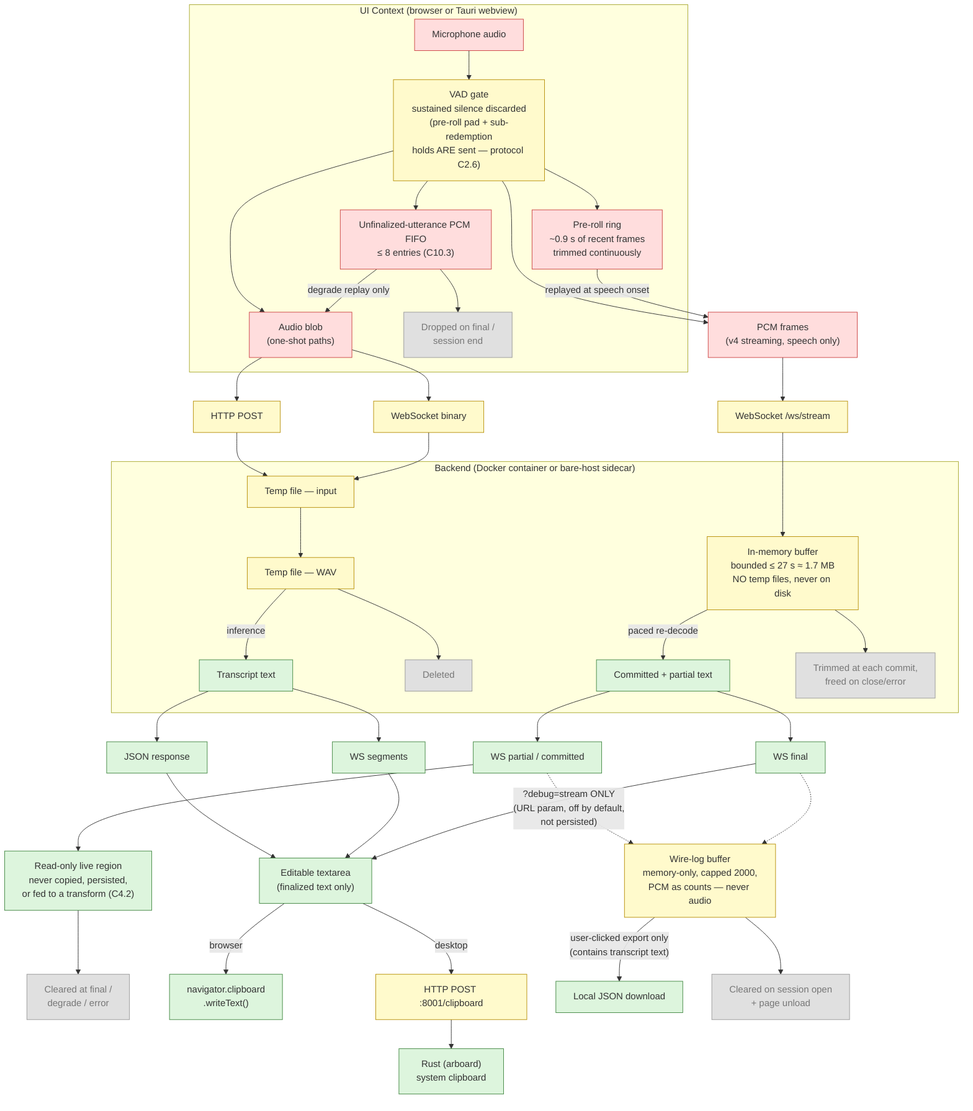
Above: docs/diagrams/privacy-data-flow.png in JohnYanez95/voice-scribe (Mermaid), before the change. Its source is kept beside it as docs/diagrams/privacy-data-flow.mmd. The source it was exported from:
```mermaid
flowchart TD
    subgraph ui ["UI Context (browser or Tauri webview)"]
        mic["Microphone audio"]
        vad["VAD gate<br/>sustained silence discarded<br/>(pre-roll pad + sub-redemption<br/>holds ARE sent — protocol C2.6)"]
        preroll["Pre-roll ring<br/>~0.9 s of recent frames<br/>trimmed continuously"]
        blob["Audio blob<br/>(one-shot paths)"]
        fifo["Unfinalized-utterance PCM FIFO<br/>≤ 8 entries (C10.3)"]
        cdel["Dropped on final /<br/>session end"]
        mic --> vad
        vad --> preroll
        vad --> blob
        vad --> fifo
        fifo --> cdel
        fifo -- "degrade replay only" --> blob
    end

    blob --> http["HTTP POST"]
    blob --> wsIn["WebSocket binary"]
    vad --> frames["PCM frames<br/>(v4 streaming, speech only)"]
    preroll -- "replayed at speech onset" --> frames
    frames --> wsStream["WebSocket /ws/stream"]

    subgraph backend ["Backend (Docker container or bare-host sidecar)"]
        tmp1["Temp file — input"]
        tmp2["Temp file — WAV"]
        txt["Transcript text"]
        del["Deleted"]
        tmp1 --> tmp2
        tmp2 -- inference --> txt
        tmp2 --> del

        ring["In-memory buffer<br/>bounded ≤ 27 s ≈ 1.7 MB<br/>NO temp files, never on disk"]
        stxt["Committed + partial text"]
        rdel["Trimmed at each commit,<br/>freed on close/error"]
        ring -- "paced re-decode" --> stxt
        ring --> rdel
    end

    http --> tmp1
    wsIn --> tmp1
    wsStream --> ring

    txt --> resp["JSON response"]
    txt --> wsOut["WS segments"]
    stxt --> wsLive["WS partial / committed"]
    stxt --> wsFinal["WS final"]

    resp --> area["Editable textarea<br/>(finalized text only)"]
    wsOut --> area
    wsFinal --> area
    wsLive --> live["Read-only live region<br/>never copied, persisted,<br/>or fed to a transform (C4.2)"]
    live --> ldel["Cleared at final /<br/>degrade / error"]

    area -- "browser" --> browserClip["navigator.clipboard<br/>.writeText()"]
    area -- "desktop" --> httpPost["HTTP POST :8001/clipboard"]
    httpPost --> rustClip["Rust (arboard)<br/>system clipboard"]

    wsLive -. "?debug=stream ONLY<br/>(URL param, off by default,<br/>not persisted)" .-> wlog["Wire-log buffer<br/>memory-only, capped 2000,<br/>PCM as counts — never audio"]
    wsFinal -.-> wlog
    wlog -- "user-clicked export only<br/>(contains transcript text)" --> wfile["Local JSON download"]
    wlog --> wclear["Cleared on session open<br/>+ page unload"]

    classDef sensitive fill:#ffdddd,stroke:#cc4444
    classDef ephemeral fill:#fffacc,stroke:#b8900a
    classDef output fill:#ddf5dd,stroke:#448844
    classDef deleted fill:#e0e0e0,stroke:#999999,color:#777777

    class mic,blob,frames,preroll,fifo sensitive
    class vad,http,wsIn,wsStream,tmp1,tmp2,ring,httpPost,wlog ephemeral
    class txt,stxt,resp,wsOut,wsLive,wsFinal,area,live,browserClip,rustClip,wfile output
    class del,rdel,cdel,ldel,wclear deleted
```
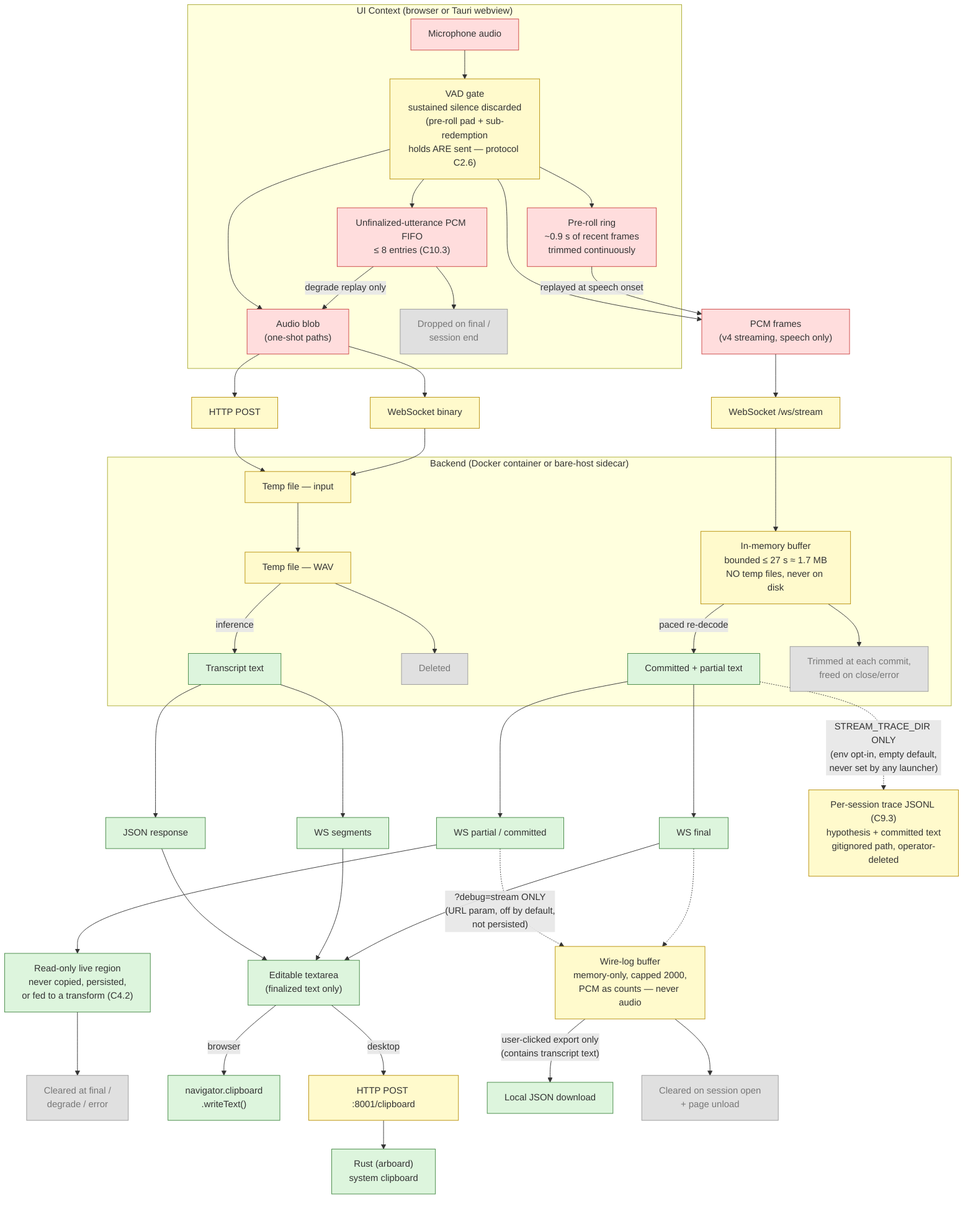
The same diagram one commit later.

Commit message:
feat(api): C9.3 trace instrument + stall-reason counters + offline policy replay

Diff of the diagram source:
```diff
@@ -60,12 +60,14 @@
     wlog -- "user-clicked export only<br/>(contains transcript text)" --> wfile["Local JSON download"]
     wlog --> wclear["Cleared on session open<br/>+ page unload"]
 
+    stxt -. "STREAM_TRACE_DIR ONLY<br/>(env opt-in, empty default,<br/>never set by any launcher)" .-> strace["Per-session trace JSONL (C9.3)<br/>hypothesis + committed text<br/>gitignored path, operator-deleted"]
+
     classDef sensitive fill:#ffdddd,stroke:#cc4444
     classDef ephemeral fill:#fffacc,stroke:#b8900a
     classDef output fill:#ddf5dd,stroke:#448844
     classDef deleted fill:#e0e0e0,stroke:#999999,color:#777777
 
     class mic,blob,frames,preroll,fifo sensitive
-    class vad,http,wsIn,wsStream,tmp1,tmp2,ring,httpPost,wlog ephemeral
+    class vad,http,wsIn,wsStream,tmp1,tmp2,ring,httpPost,wlog,strace ephemeral
     class txt,stxt,resp,wsOut,wsLive,wsFinal,area,live,browserClip,rustClip,wfile output
     class del,rdel,cdel,ldel,wclear deleted
```
